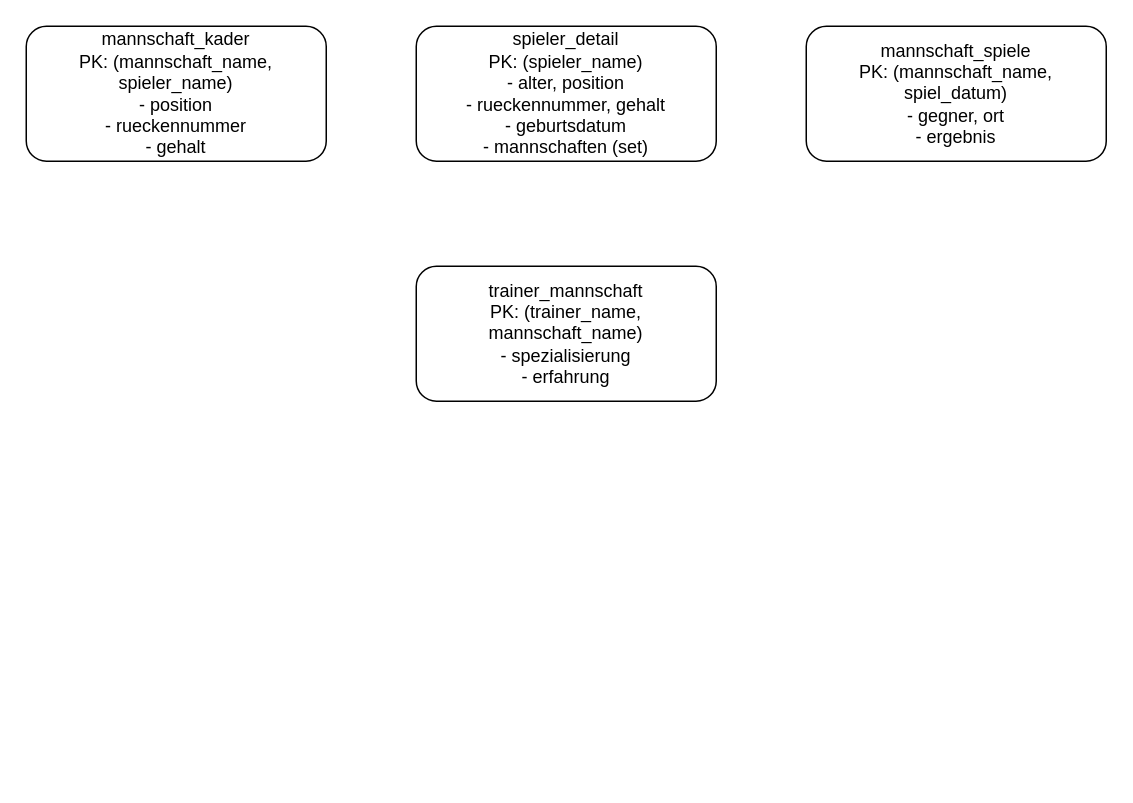
This is KN-C-01/logisch.drawio from FelipeSpiderman/M165, a draw.io file, before an edit. Source tidied: cells renumbered, new cells numbered last; positions are measured from the earlier drawing's top-left corner, leaving out a move shared by most shapes. Both pictures are drawn from the tidied source at 150%, with x=0, y=0 at pixel (26, 26).
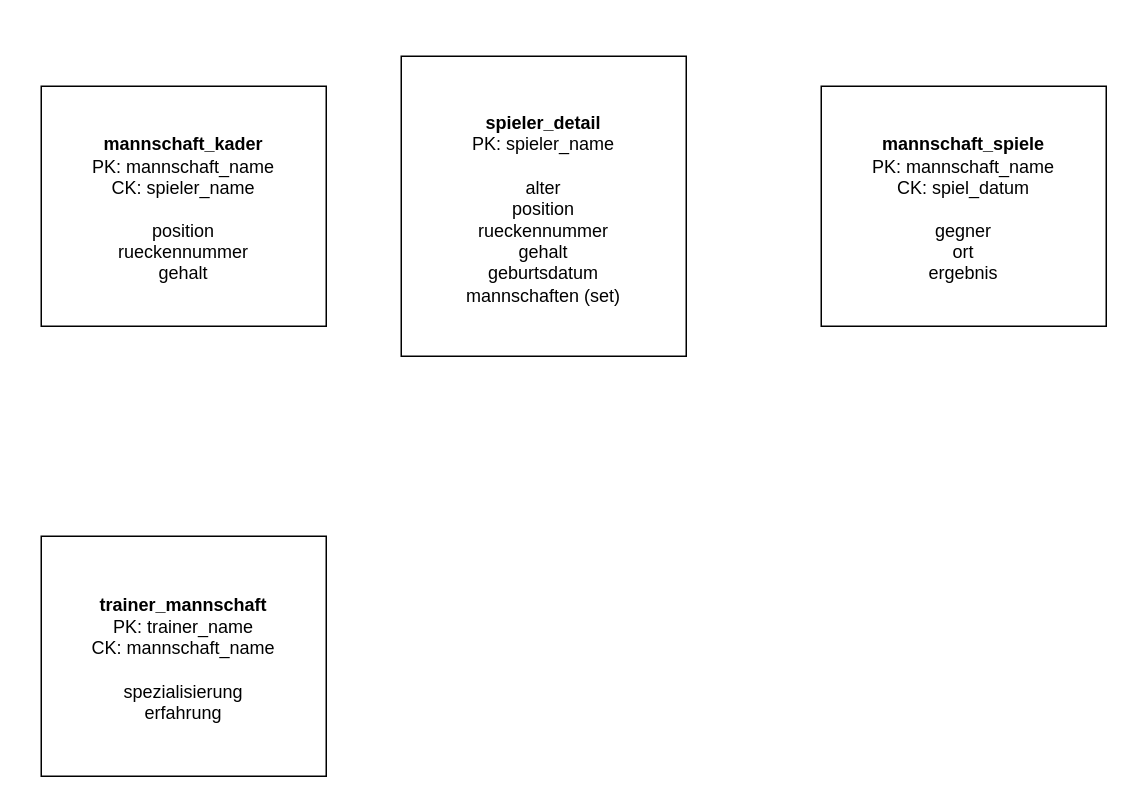
The same diagram, later.

Diff of the diagram source:
```diff
@@
 <mxGraphModel>
   <root>
     <mxCell id="0" />
     <mxCell id="1" parent="0" />
-    <mxCell id="2" value="mannschaft_kader&#10;PK: (mannschaft_name, spieler_name)&#10;- position&#10;- rueckennummer&#10;- gehalt" style="rounded=1;whiteSpace=wrap;html=1;" parent="1" vertex="1">
-      <mxGeometry width="200" height="90" as="geometry" />
+    <mxCell id="2" value="&lt;b&gt;mannschaft_kader&lt;/b&gt;&lt;br&gt;PK: mannschaft_name&lt;br&gt;CK: spieler_name&lt;br&gt;&lt;br&gt;position&lt;br&gt;rueckennummer&lt;br&gt;gehalt" style="rounded=0;whiteSpace=wrap;html=1;fillColor=none;strokeColor=#000000;fontColor=#000000;fontSize=12;align=center;verticalAlign=middle;spacingTop=4;" parent="1" vertex="1">
+      <mxGeometry x="10" y="40" width="190" height="160" as="geometry" />
     </mxCell>
-    <mxCell id="3" value="spieler_detail&#10;PK: (spieler_name)&#10;- alter, position&#10;- rueckennummer, gehalt&#10;- geburtsdatum&#10;- mannschaften (set)" style="rounded=1;whiteSpace=wrap;html=1;" parent="1" vertex="1">
-      <mxGeometry x="260" width="200" height="90" as="geometry" />
+    <mxCell id="3" value="&lt;b&gt;spieler_detail&lt;/b&gt;&lt;br&gt;PK: spieler_name&lt;br&gt;&lt;br&gt;alter&lt;br&gt;position&lt;br&gt;rueckennummer&lt;br&gt;gehalt&lt;br&gt;geburtsdatum&lt;br&gt;mannschaften (set)" style="rounded=0;whiteSpace=wrap;html=1;fillColor=none;strokeColor=#000000;fontColor=#000000;fontSize=12;align=center;verticalAlign=middle;spacingTop=4;" parent="1" vertex="1">
+      <mxGeometry x="250" y="20" width="190" height="200" as="geometry" />
     </mxCell>
-    <mxCell id="4" value="mannschaft_spiele&#10;PK: (mannschaft_name, spiel_datum)&#10;- gegner, ort&#10;- ergebnis" style="rounded=1;whiteSpace=wrap;html=1;" parent="1" vertex="1">
-      <mxGeometry x="520" width="200" height="90" as="geometry" />
+    <mxCell id="4" value="&lt;b&gt;mannschaft_spiele&lt;/b&gt;&lt;br&gt;PK: mannschaft_name&lt;br&gt;CK: spiel_datum&lt;br&gt;&lt;br&gt;gegner&lt;br&gt;ort&lt;br&gt;ergebnis" style="rounded=0;whiteSpace=wrap;html=1;fillColor=none;strokeColor=#000000;fontColor=#000000;fontSize=12;align=center;verticalAlign=middle;spacingTop=4;" parent="1" vertex="1">
+      <mxGeometry x="530" y="40" width="190" height="160" as="geometry" />
     </mxCell>
-    <mxCell id="5" value="trainer_mannschaft&#10;PK: (trainer_name, mannschaft_name)&#10;- spezialisierung&#10;- erfahrung" style="rounded=1;whiteSpace=wrap;html=1;" parent="1" vertex="1">
-      <mxGeometry x="260" y="160" width="200" height="90" as="geometry" />
+    <mxCell id="5" value="&lt;b&gt;trainer_mannschaft&lt;/b&gt;&lt;br&gt;PK: trainer_name&lt;br&gt;CK: mannschaft_name&lt;br&gt;&lt;br&gt;spezialisierung&lt;br&gt;erfahrung" style="rounded=0;whiteSpace=wrap;html=1;fillColor=none;strokeColor=#000000;fontColor=#000000;fontSize=12;align=center;verticalAlign=middle;spacingTop=4;" parent="1" vertex="1">
+      <mxGeometry x="10" y="340" width="190" height="160" as="geometry" />
     </mxCell>
   </root>
 </mxGraphModel>
```
